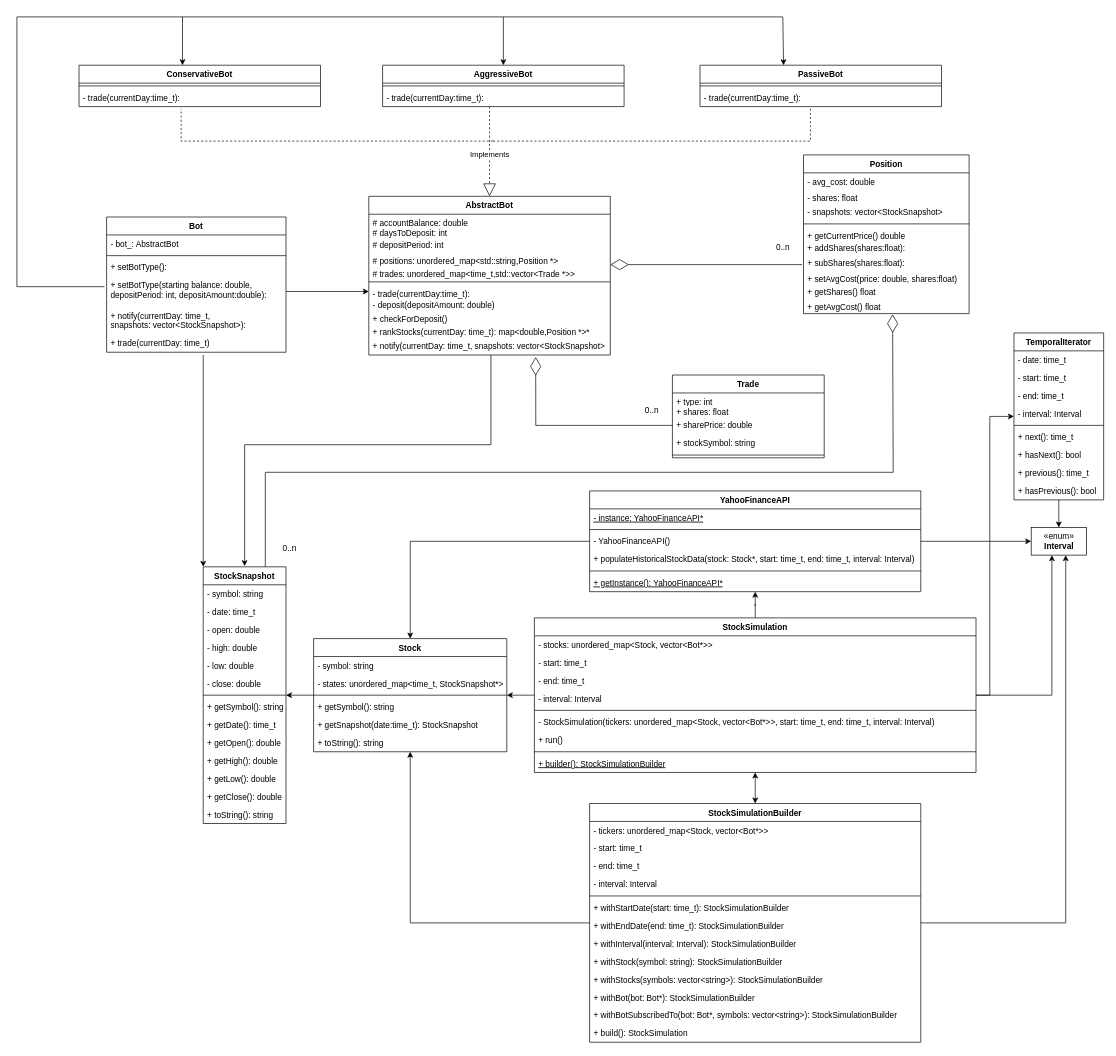
The draw.io diagram StockSimulation.drawio in Jared-Mac/bot_trader, before the edit. Source tidied: cells renumbered, new cells numbered last; positions are measured from the earlier drawing's top-left corner, leaving out a move shared by most shapes. Both pictures are drawn from the tidied source at 69%, with x=0, y=0 at pixel (17, 17).
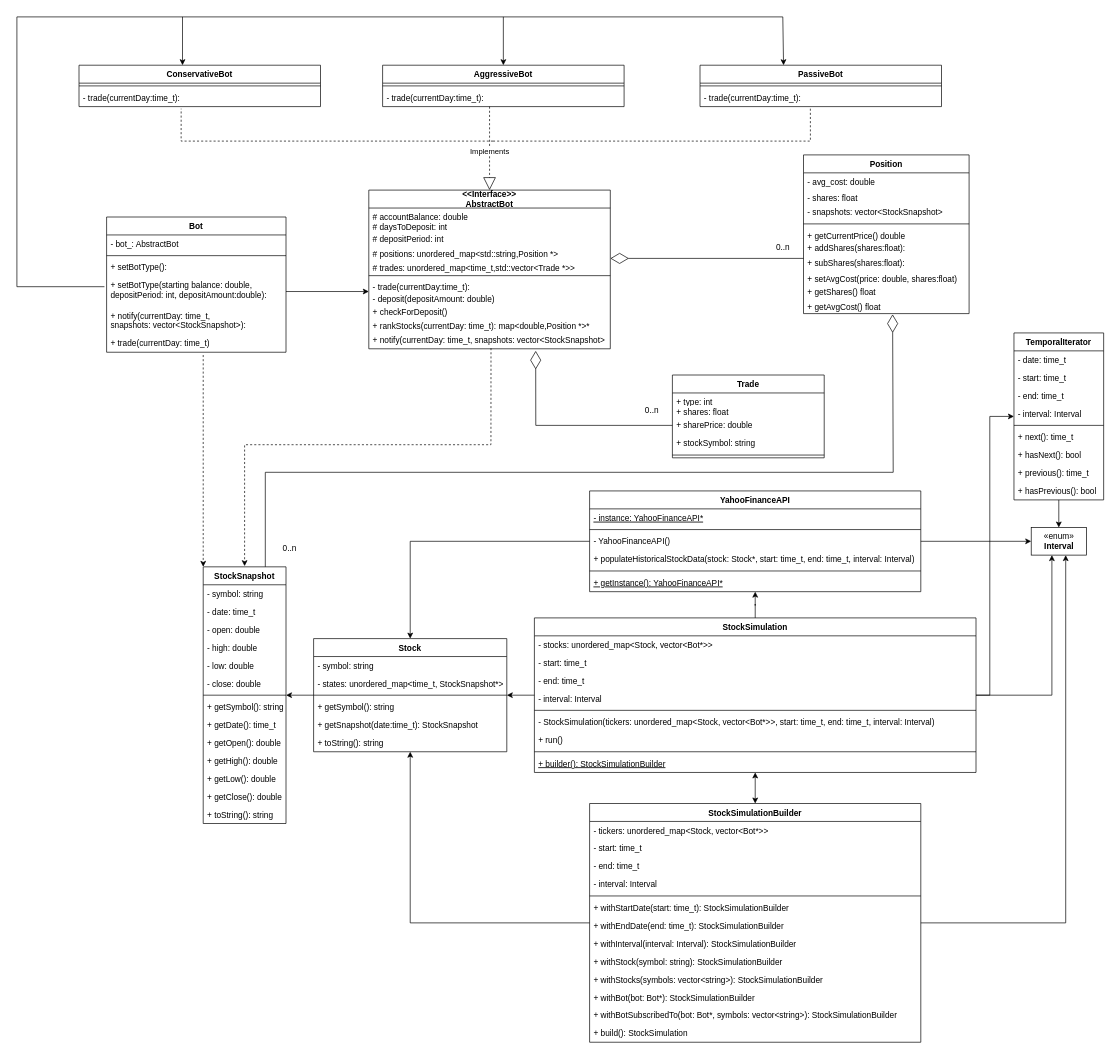
The same page after the edit.

Commit message:
fixed dependency lines

The change refers to these unchanged cells:
```xml
<mxCell id="2" value="StockSnapshot" style="swimlane;fontStyle=1;align=center;verticalAlign=top;horizontal=1;startSize=26;" parent="1" vertex="1">
  <mxGeometry x="270" y="797" width="120" height="372" as="geometry" />
</mxCell>
<mxCell id="89" value="# trades: unordered_map&lt;time_t,std::vector&lt;Trade *&gt;&gt;&#10;" style="text;strokeColor=none;fillColor=none;align=left;verticalAlign=top;spacingLeft=4;spacingRight=4;overflow=hidden;points=[[0,0.5],[1,0.5]];portConstraint=eastwest;" parent="84" vertex="1">
  <mxGeometry y="100" width="350" height="20" as="geometry" />
</mxCell>
<mxCell id="95" value="+ notify(currentDay: time_t, snapshots: vector&lt;StockSnapshot&gt; " style="text;strokeColor=none;fillColor=none;align=left;verticalAlign=top;spacingLeft=4;spacingRight=4;overflow=hidden;points=[[0,0.5],[1,0.5]];portConstraint=eastwest;" parent="84" vertex="1">
  <mxGeometry y="204" width="350" height="26" as="geometry" />
</mxCell>
```

The edit, as a diff of the source:
```diff
@@
-    <mxCell id="84" value="AbstractBot" style="swimlane;fontStyle=1;align=center;verticalAlign=top;horizontal=1;startSize=26;" parent="1" vertex="1">
-      <mxGeometry x="510" y="260" width="350" height="230" as="geometry" />
+    <mxCell id="84" value="&lt;&lt;Interface&gt;&gt;&#10;AbstractBot" style="swimlane;fontStyle=1;align=center;verticalAlign=middle;horizontal=1;startSize=26;swimlaneLine=1;strokeColor=default;glass=0;shadow=0;rounded=0;" parent="1" vertex="1">
+      <mxGeometry x="510" y="251" width="350" height="230" as="geometry" />
     </mxCell>
@@
-    <mxCell id="109" style="endArrow=classic;html=1;rounded=0;" parent="1" edge="1">
+    <mxCell id="109" style="endArrow=classic;html=1;rounded=0;exitX=0.506;exitY=0.962;exitDx=0;exitDy=0;exitPerimeter=0;dashed=1;" parent="1" edge="1" source="95">
       <mxGeometry relative="1" as="geometry">
-        <mxPoint x="687" y="490" as="sourcePoint" />
         <mxPoint x="330" y="796" as="targetPoint" />
         <Array as="points">
           <mxPoint x="687" y="620" />
           <mxPoint x="330" y="620" />
         </Array>
       </mxGeometry>
     </mxCell>
@@
     <mxCell id="121" style="endArrow=diamondThin;endFill=0;endSize=24;html=1;rounded=0;entryX=1;entryY=-0.05;entryDx=0;entryDy=0;entryPerimeter=0;" parent="1" edge="1" target="89">
       <mxGeometry relative="1" as="geometry">
-        <mxPoint x="1138" y="359" as="sourcePoint" />
+        <mxPoint x="1140" y="350" as="sourcePoint" />
       </mxGeometry>
     </mxCell>
@@
-    <mxCell id="136" style="endArrow=classic;html=1;rounded=0;entryX=0;entryY=0;entryDx=0;entryDy=0;" parent="1" edge="1" target="2">
+    <mxCell id="136" style="endArrow=classic;html=1;rounded=0;entryX=0;entryY=0;entryDx=0;entryDy=0;dashed=1;" parent="1" edge="1" target="2">
       <mxGeometry relative="1" as="geometry">
         <mxPoint x="270" y="490" as="sourcePoint" />
       </mxGeometry>
     </mxCell>
```
